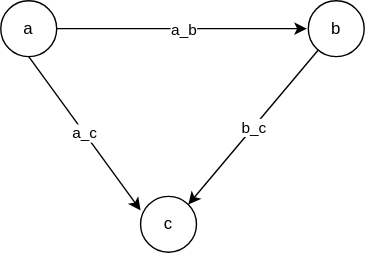
Before: algorithms/graph/__test__/graph1.svg, a diagram exported from draw.io (nishantatgit/some-js-things). Source tidied: cells renumbered, new cells last; positions are measured from the earlier drawing's top-left corner, leaving out a move shared by most shapes.
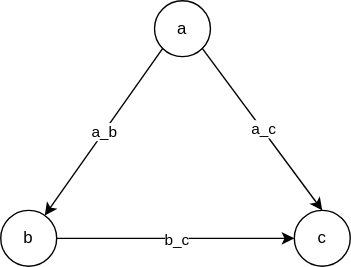
The same file after the commit.

The edit, as a diff of the source:
```diff
@@ -3,34 +3,28 @@
     <mxCell id="0" />
     <mxCell id="1" parent="0" />
     <mxCell id="2" value="a" style="ellipse;whiteSpace=wrap;html=1;" parent="1" vertex="1">
-      <mxGeometry width="40" height="40" as="geometry" />
+      <mxGeometry x="90" y="-50" width="40" height="40" as="geometry" />
     </mxCell>
     <mxCell id="3" value="b" style="ellipse;whiteSpace=wrap;html=1;" parent="1" vertex="1">
-      <mxGeometry x="220" width="40" height="40" as="geometry" />
+      <mxGeometry x="-20" y="100" width="40" height="40" as="geometry" />
     </mxCell>
     <mxCell id="4" value="c" style="ellipse;whiteSpace=wrap;html=1;" parent="1" vertex="1">
-      <mxGeometry x="100" y="140" width="40" height="40" as="geometry" />
+      <mxGeometry x="190" y="100" width="40" height="40" as="geometry" />
     </mxCell>
-    <mxCell id="5" style="endArrow=classic;html=1;entryX=1;entryY=0;entryDx=0;entryDy=0;" parent="1" edge="1" source="3" target="4">
+    <mxCell id="5" style="endArrow=classic;html=1;entryX=0;entryY=0.5;entryDx=0;entryDy=0;" parent="1" edge="1" source="3" target="4">
       <mxGeometry relative="1" as="geometry" />
     </mxCell>
     <mxCell id="6" value="b_c" style="edgeLabel;html=1;align=center;verticalAlign=middle;" parent="5" vertex="1">
       <mxGeometry relative="1" as="geometry" />
     </mxCell>
-    <mxCell id="7" style="endArrow=classic;html=1;" parent="1" edge="1">
-      <mxGeometry relative="1" as="geometry">
-        <mxPoint x="40" y="20" as="sourcePoint" />
-        <mxPoint x="219" y="20" as="targetPoint" />
-      </mxGeometry>
+    <mxCell id="7" style="endArrow=classic;html=1;exitX=0;exitY=1;exitDx=0;exitDy=0;" parent="1" edge="1" source="2" target="3">
+      <mxGeometry relative="1" as="geometry" />
     </mxCell>
     <mxCell id="8" value="a_b" style="edgeLabel;html=1;align=center;verticalAlign=middle;" parent="7" vertex="1">
       <mxGeometry relative="1" as="geometry" />
     </mxCell>
-    <mxCell id="9" style="endArrow=classic;html=1;" parent="1" edge="1">
-      <mxGeometry relative="1" as="geometry">
-        <mxPoint x="20" y="40" as="sourcePoint" />
-        <mxPoint x="100" y="150" as="targetPoint" />
-      </mxGeometry>
+    <mxCell id="9" style="endArrow=classic;html=1;entryX=0.5;entryY=0;entryDx=0;entryDy=0;exitX=1;exitY=1;exitDx=0;exitDy=0;" parent="1" edge="1" source="2" target="4">
+      <mxGeometry relative="1" as="geometry" />
     </mxCell>
     <mxCell id="10" value="a_c" style="edgeLabel;html=1;align=center;verticalAlign=middle;" parent="9" vertex="1">
       <mxGeometry relative="1" as="geometry" />
```
